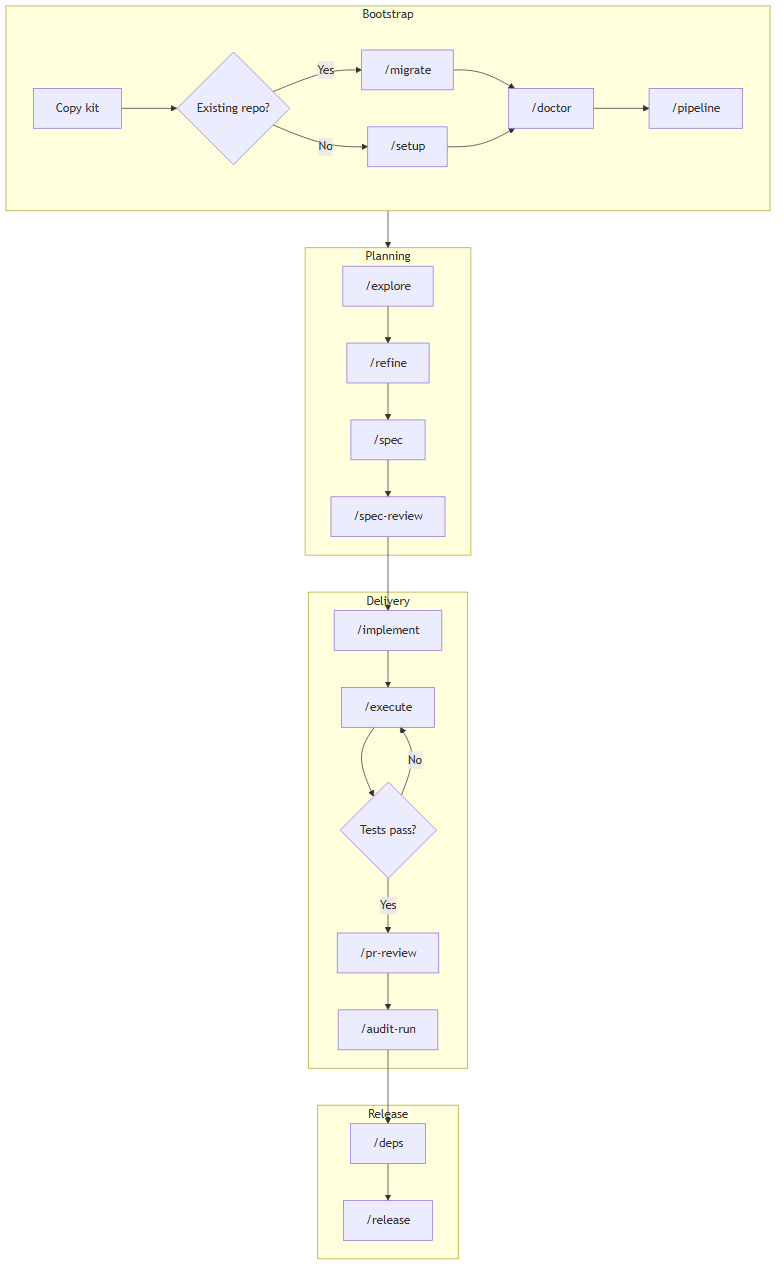
The Mermaid diagram .github/docs/assets/hyperion-sdlc-full-en.png in MatheusFelipeCorrea/Dev-Kit, before a commit. Its source is kept beside it as .github/docs/assets/hyperion-sdlc-full-en.mmd.
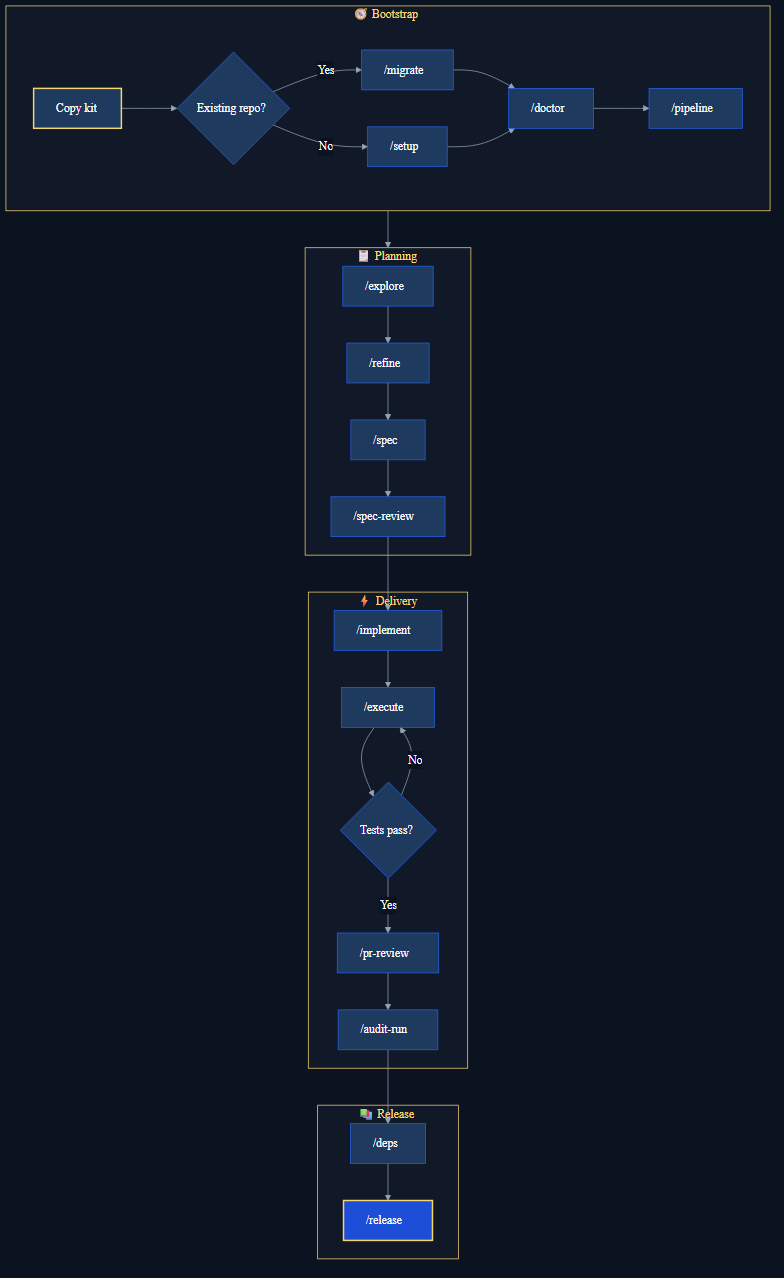
Later version of the same file.

Change to the diagram source:
```diff
@@ -1,5 +1,28 @@
+%%{init: {
+  "theme": "base",
+  "themeVariables": {
+    "darkMode": true,
+    "background": "#0B1220",
+    "primaryColor": "#1E3A5F",
+    "primaryTextColor": "#F8FAFC",
+    "primaryBorderColor": "#2563EB",
+    "secondaryColor": "#111827",
+    "secondaryTextColor": "#F8FAFC",
+    "secondaryBorderColor": "#F5D76E",
+    "tertiaryColor": "#0B1220",
+    "lineColor": "#94A3B8",
+    "textColor": "#F8FAFC",
+    "mainBkg": "#1E3A5F",
+    "nodeBorder": "#2563EB",
+    "clusterBkg": "#111827",
+    "clusterBorder": "#F5D76E",
+    "titleColor": "#F5D76E",
+    "edgeLabelBackground": "#0B1220",
+    "fontFamily": "Segoe UI, Helvetica, Arial, sans-serif"
+  }
+}}%%
 flowchart TB
-  subgraph bootstrap [Bootstrap]
+  subgraph bootstrap ["🧭 Bootstrap"]
     A[Copy kit] --> B{"Existing repo?"}
     B -->|Yes| Mig["/migrate"]
     B -->|No| S["/setup"]
@@ -8,13 +31,13 @@
     C --> D["/pipeline"]
   end
 
-  subgraph planning [Planning]
+  subgraph planning ["📋 Planning"]
     E["/explore"] --> F["/refine"]
     F --> G["/spec"]
     G --> H["/spec-review"]
   end
 
-  subgraph delivery [Delivery]
+  subgraph delivery ["⚡ Delivery"]
     H --> I["/implement"]
     I --> J["/execute"]
     J --> K{Tests pass?}
@@ -23,9 +46,12 @@
     PR --> L["/audit-run"]
   end
 
-  subgraph ship [Release]
+  subgraph ship ["📚 Release"]
     L --> Dep["/deps"]
     Dep --> Rel["/release"]
   end
 
   bootstrap --> planning
+
+  style Rel fill:#1D4ED8,stroke:#F5D76E,stroke-width:2px,color:#F8FAFC
+  style A fill:#1E3A5F,stroke:#F5D76E,stroke-width:2px,color:#F8FAFC
```
